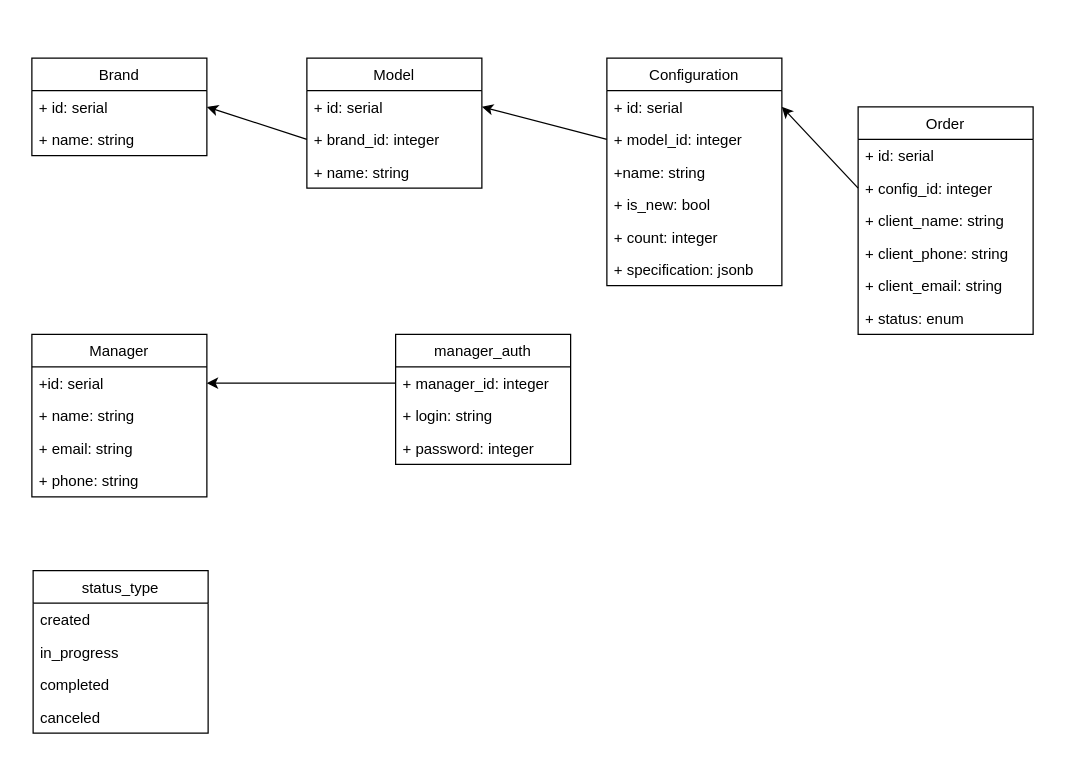
The draw.io diagram docs/db.drawio in blinlol/dealership, before the edit. Source tidied: cells renumbered, new cells numbered last; positions are measured from the earlier drawing's top-left corner, leaving out a move shared by most shapes. Both pictures are drawn from the tidied source at 125%, with x=0, y=0 at pixel (31, 58).
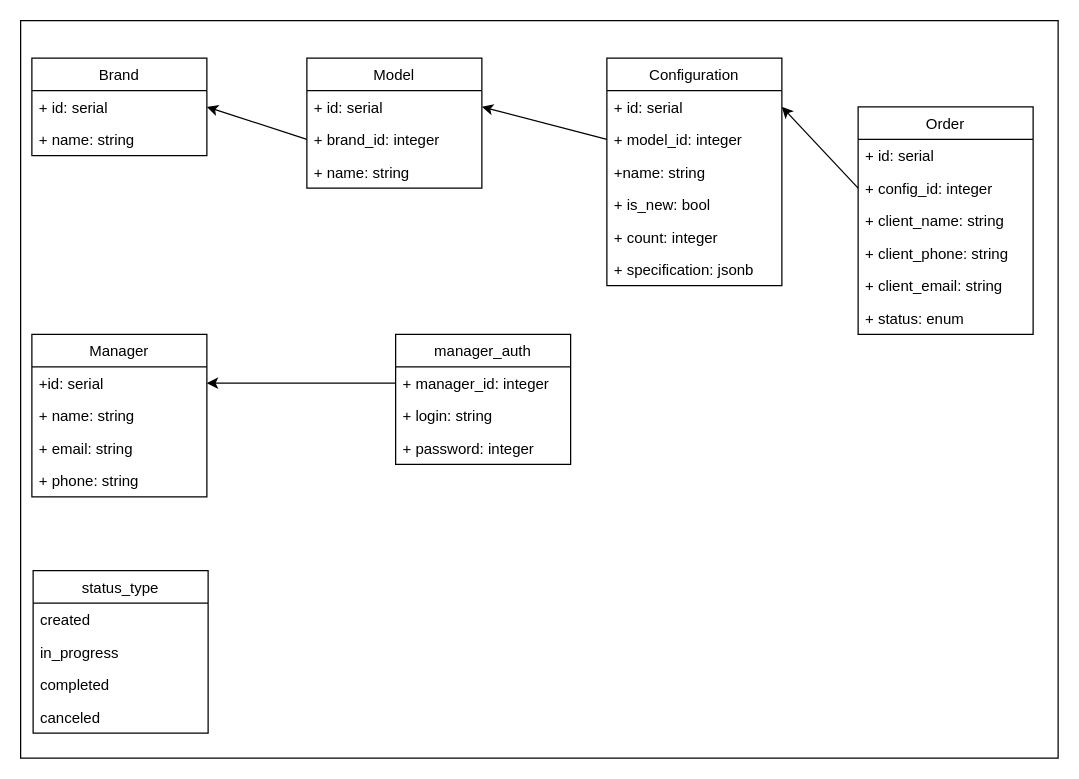
Above is the later version.

Diff of the diagram source:
```diff
@@
+    <mxCell id="41" style="rounded=0;whiteSpace=wrap;html=1;fillColor=#FFFFFF;" parent="1" vertex="1">
+      <mxGeometry x="-9" y="-30" width="830" height="590" as="geometry" />
+    </mxCell>
```
